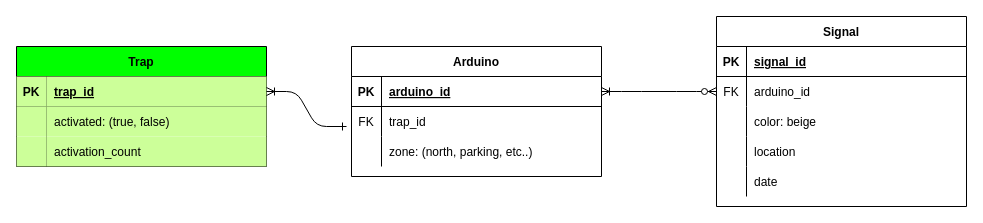
The draw.io diagram ERM IoT.drawio in EmergenBis/emergenbis-iot-backend, before the edit. Source tidied: cells renumbered, new cells numbered last; positions are measured from the earlier drawing's top-left corner, leaving out a move shared by most shapes. Both pictures are drawn from the tidied source at 100%, with x=0, y=0 at pixel (16, 16).
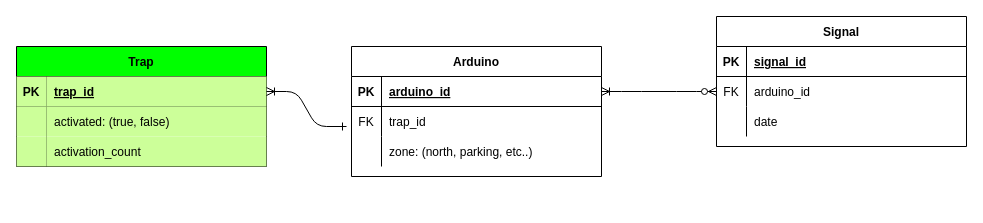
The same page after the edit.

Commit message:
Signal table modified

Diff of the diagram source:
```diff
@@
     <mxCell id="13" value="Signal" style="shape=table;startSize=30;childLayout=tableLayout;rowLines=0;fontStyle=1;align=center;" parent="1" vertex="1">
-      <mxGeometry x="700" width="250" height="190" as="geometry" />
+      <mxGeometry x="700" width="250" height="130" as="geometry" />
     </mxCell>
@@
-    <mxCell id="20" style="shape=partialRectangle;fillColor=none;top=0;left=0;right=0;bottom=0;" parent="13" vertex="1">
-      <mxGeometry y="90" width="250" height="30" as="geometry" />
-    </mxCell>
-    <mxCell id="21" style="shape=partialRectangle;overflow=hidden;fillColor=none;top=0;left=0;bottom=0;right=0;" parent="20" vertex="1">
-      <mxGeometry width="30" height="30" as="geometry" />
-    </mxCell>
-    <mxCell id="22" value="color: beige" style="shape=partialRectangle;overflow=hidden;fillColor=none;top=0;left=0;bottom=0;right=0;align=left;spacingLeft=6;" parent="20" vertex="1">
-      <mxGeometry x="30" width="220" height="30" as="geometry" />
-    </mxCell>
-    <mxCell id="23" style="shape=partialRectangle;fillColor=none;top=0;left=0;right=0;bottom=0;" parent="13" vertex="1">
-      <mxGeometry y="120" width="250" height="30" as="geometry" />
-    </mxCell>
-    <mxCell id="24" style="shape=partialRectangle;overflow=hidden;fillColor=none;top=0;left=0;bottom=0;right=0;" parent="23" vertex="1">
-      <mxGeometry width="30" height="30" as="geometry" />
-    </mxCell>
-    <mxCell id="25" value="location" style="shape=partialRectangle;overflow=hidden;fillColor=none;top=0;left=0;bottom=0;right=0;align=left;spacingLeft=6;" parent="23" vertex="1">
-      <mxGeometry x="30" width="220" height="30" as="geometry" />
-    </mxCell>
     <mxCell id="26" style="shape=partialRectangle;fillColor=none;top=0;left=0;right=0;bottom=0;" parent="13" vertex="1">
-      <mxGeometry y="150" width="250" height="30" as="geometry" />
+      <mxGeometry y="90" width="250" height="30" as="geometry" />
     </mxCell>
```
